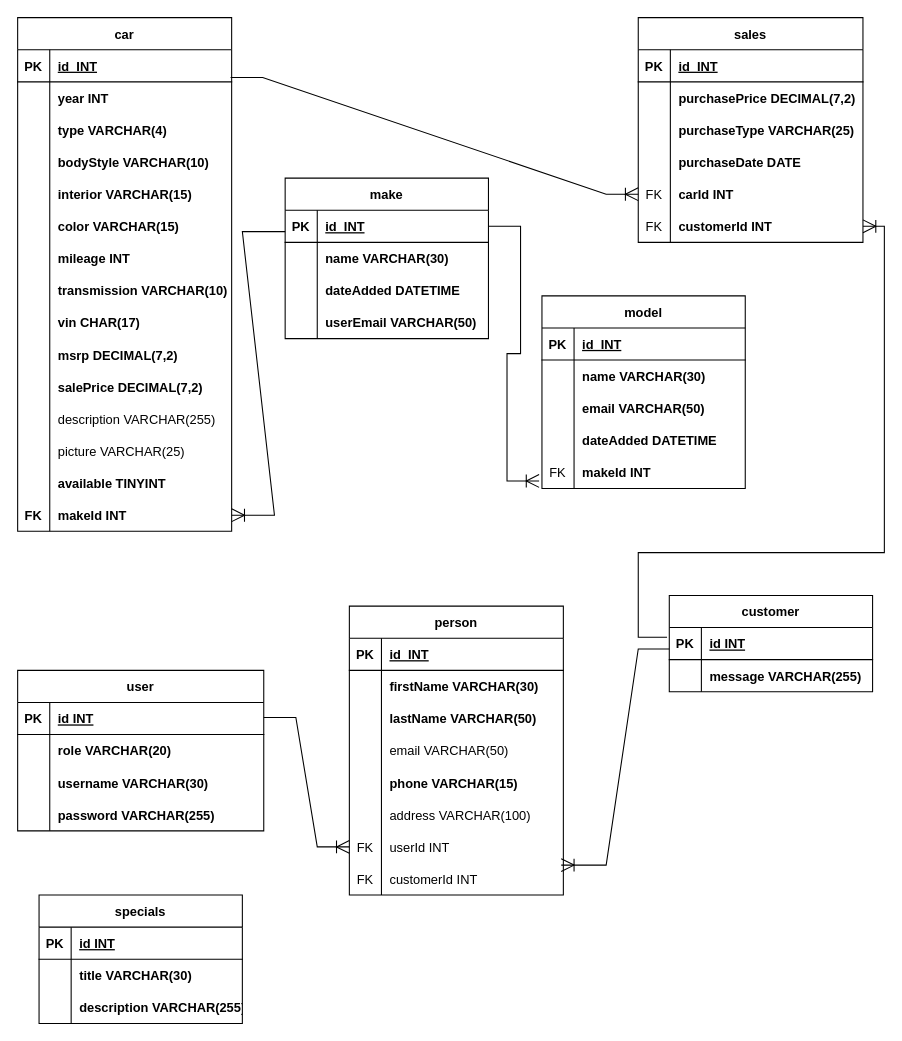
This is carDealerShipERD.drawio from josephc2195/CarDealership, a draw.io file, before an edit. Source tidied: cells renumbered, new cells numbered last; positions are measured from the earlier drawing's top-left corner, leaving out a move shared by most shapes. Both pictures are drawn from the tidied source at 107%, with x=0, y=0 at pixel (17, 17).
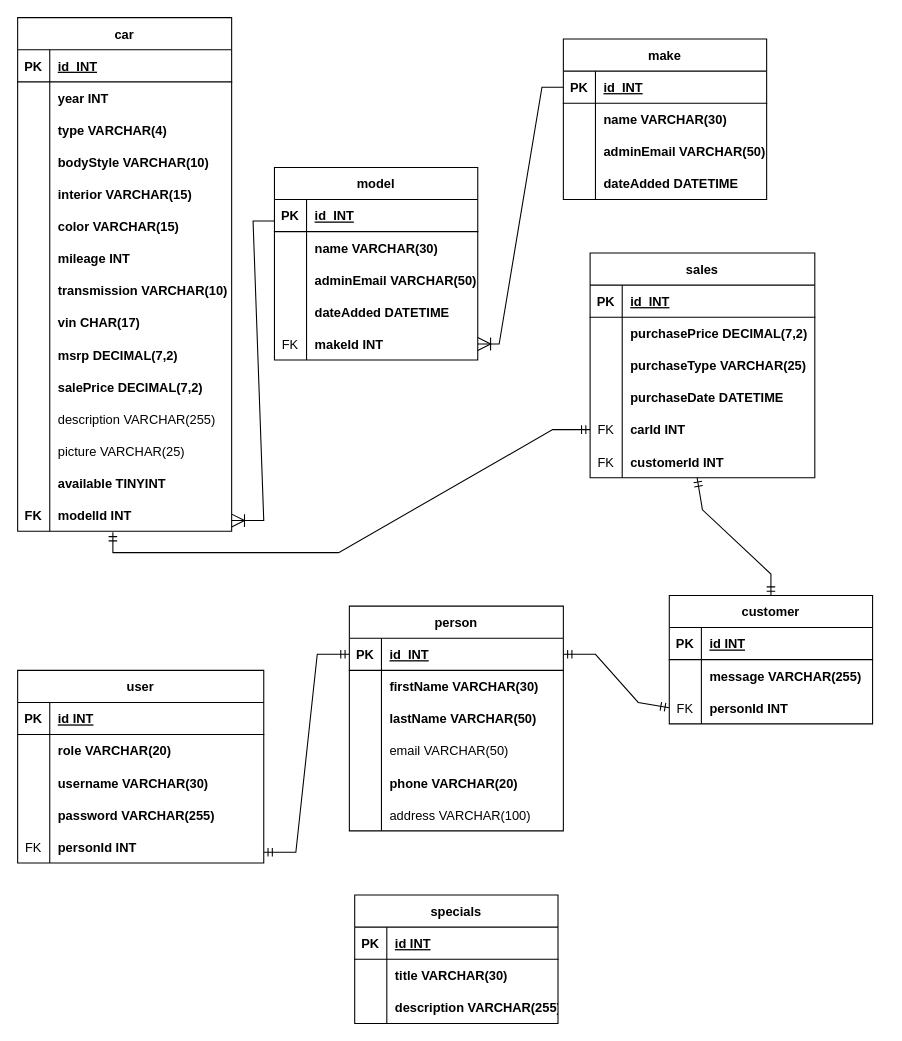
The same diagram, later.

Unchanged cells that the change refers to:
```xml
<mxCell id="3" style="shape=tableRow;horizontal=0;startSize=0;swimlaneHead=0;swimlaneBody=0;fillColor=none;points=[[0,0.5],[1,0.5]];portConstraint=eastwest;top=0;left=0;right=0;bottom=1;" parent="2" vertex="1">
  <mxGeometry y="30" width="200" height="30" as="geometry" />
</mxCell>
<mxCell id="45" style="shape=tableRow;horizontal=0;startSize=0;swimlaneHead=0;swimlaneBody=0;fillColor=none;points=[[0,0.5],[1,0.5]];portConstraint=eastwest;top=0;left=0;right=0;bottom=0;" parent="2" vertex="1">
  <mxGeometry y="450" width="200" height="30" as="geometry" />
</mxCell>
<mxCell id="49" style="shape=tableRow;horizontal=0;startSize=0;swimlaneHead=0;swimlaneBody=0;fillColor=none;points=[[0,0.5],[1,0.5]];portConstraint=eastwest;top=0;left=0;right=0;bottom=1;" parent="48" vertex="1">
  <mxGeometry y="30" width="200" height="30" as="geometry" />
</mxCell>
<mxCell id="61" style="shape=tableRow;horizontal=0;startSize=0;swimlaneHead=0;swimlaneBody=0;fillColor=none;top=0;left=0;right=0;bottom=0;" parent="48" vertex="1">
  <mxGeometry y="150" width="200" height="30" as="geometry" />
</mxCell>
<mxCell id="87" style="shape=tableRow;horizontal=0;startSize=0;swimlaneHead=0;swimlaneBody=0;fillColor=none;points=[[0,0.5],[1,0.5]];portConstraint=eastwest;top=0;left=0;right=0;bottom=1;" parent="86" vertex="1">
  <mxGeometry y="30" width="190" height="30" as="geometry" />
</mxCell>
<mxCell id="115" style="shape=tableRow;horizontal=0;startSize=0;swimlaneHead=0;swimlaneBody=0;fillColor=none;top=0;left=0;right=0;bottom=0;" parent="105" vertex="1">
  <mxGeometry y="120" width="210" height="30" as="geometry" />
</mxCell>
<mxCell id="118" style="shape=tableRow;horizontal=0;startSize=0;swimlaneHead=0;swimlaneBody=0;fillColor=none;points=[[0,0.5],[1,0.5]];portConstraint=eastwest;top=0;left=0;right=0;bottom=0;" parent="105" vertex="1">
  <mxGeometry y="150" width="210" height="30" as="geometry" />
</mxCell>
<mxCell id="121" style="shape=tableRow;horizontal=0;startSize=0;swimlaneHead=0;swimlaneBody=0;fillColor=none;points=[[0,0.5],[1,0.5]];portConstraint=eastwest;top=0;left=0;right=0;bottom=0;" parent="105" vertex="1">
  <mxGeometry y="180" width="210" height="30" as="geometry" />
</mxCell>
<mxCell id="127" style="shape=tableRow;horizontal=0;startSize=0;swimlaneHead=0;swimlaneBody=0;fillColor=none;points=[[0,0.5],[1,0.5]];portConstraint=eastwest;top=0;left=0;right=0;bottom=1;" parent="126" vertex="1">
  <mxGeometry y="30" width="190" height="30" as="geometry" />
</mxCell>
<mxCell id="146" style="shape=tableRow;horizontal=0;startSize=0;swimlaneHead=0;swimlaneBody=0;fillColor=none;top=0;left=0;right=0;bottom=0;" parent="139" vertex="1">
  <mxGeometry y="90" width="190" height="30" as="geometry" />
</mxCell>
<mxCell id="152" style="shape=tableRow;horizontal=0;startSize=0;swimlaneHead=0;swimlaneBody=0;fillColor=none;points=[[0,0.5],[1,0.5]];portConstraint=eastwest;top=0;left=0;right=0;bottom=0;" parent="139" vertex="1">
  <mxGeometry y="150" width="190" height="30" as="geometry" />
</mxCell>
```

What changed in the source:
```diff
@@
-    <mxCell id="47" value="makeId INT" style="shape=partialRectangle;fillColor=none;top=0;left=0;bottom=0;right=0;align=left;spacingLeft=6;overflow=hidden;fontStyle=1;" parent="45" vertex="1">
+    <mxCell id="47" value="modelId INT" style="shape=partialRectangle;fillColor=none;top=0;left=0;bottom=0;right=0;align=left;spacingLeft=6;overflow=hidden;fontStyle=1;" parent="45" vertex="1">
       <mxGeometry x="30" width="170" height="30" as="geometry" />
     </mxCell>
     <mxCell id="48" value="person" style="shape=table;startSize=30;childLayout=tableLayout;rowLines=0;fontStyle=1;align=center;" parent="1" vertex="1">
-      <mxGeometry x="310" y="550" width="200" height="270" as="geometry" />
+      <mxGeometry x="310" y="550" width="200" height="210" as="geometry" />
     </mxCell>
@@
-    <mxCell id="63" value="phone VARCHAR(15)" style="shape=partialRectangle;fillColor=none;top=0;left=0;bottom=0;right=0;align=left;spacingLeft=6;overflow=hidden;fontStyle=1;" parent="61" vertex="1">
+    <mxCell id="63" value="phone VARCHAR(20)" style="shape=partialRectangle;fillColor=none;top=0;left=0;bottom=0;right=0;align=left;spacingLeft=6;overflow=hidden;fontStyle=1;" parent="61" vertex="1">
       <mxGeometry x="30" width="170" height="30" as="geometry" />
     </mxCell>
@@
-    <mxCell id="67" style="shape=tableRow;horizontal=0;startSize=0;swimlaneHead=0;swimlaneBody=0;fillColor=none;points=[[0,0.5],[1,0.5]];portConstraint=eastwest;top=0;left=0;right=0;bottom=0;" parent="48" vertex="1">
-      <mxGeometry y="210" width="200" height="30" as="geometry" />
-    </mxCell>
-    <mxCell id="68" value="FK" style="shape=partialRectangle;fillColor=none;top=0;left=0;bottom=0;right=0;overflow=hidden;" parent="67" vertex="1">
-      <mxGeometry width="30" height="30" as="geometry" />
-    </mxCell>
-    <mxCell id="69" value="userId INT" style="shape=partialRectangle;fillColor=none;top=0;left=0;bottom=0;right=0;align=left;spacingLeft=6;overflow=hidden;fontStyle=0;" parent="67" vertex="1">
-      <mxGeometry x="30" width="170" height="30" as="geometry" />
-    </mxCell>
-    <mxCell id="70" style="shape=tableRow;horizontal=0;startSize=0;swimlaneHead=0;swimlaneBody=0;fillColor=none;points=[[0,0.5],[1,0.5]];portConstraint=eastwest;top=0;left=0;right=0;bottom=0;" parent="48" vertex="1">
-      <mxGeometry y="240" width="200" height="30" as="geometry" />
-    </mxCell>
-    <mxCell id="71" value="FK" style="shape=partialRectangle;fillColor=none;top=0;left=0;bottom=0;right=0;overflow=hidden;" parent="70" vertex="1">
-      <mxGeometry width="30" height="30" as="geometry" />
-    </mxCell>
-    <mxCell id="72" value="customerId INT" style="shape=partialRectangle;fillColor=none;top=0;left=0;bottom=0;right=0;align=left;spacingLeft=6;overflow=hidden;fontStyle=0;" parent="70" vertex="1">
-      <mxGeometry x="30" width="170" height="30" as="geometry" />
-    </mxCell>
     <mxCell id="73" value="user" style="shape=table;startSize=30;childLayout=tableLayout;rowLines=0;fontStyle=1;align=center;" parent="1" vertex="1">
-      <mxGeometry y="610" width="230" height="150" as="geometry" />
+      <mxGeometry y="610" width="230" height="180" as="geometry" />
     </mxCell>
@@
+    <mxCell id="157" style="shape=tableRow;horizontal=0;startSize=0;swimlaneHead=0;swimlaneBody=0;fillColor=none;top=0;left=0;right=0;bottom=0;fontStyle=0;" parent="73" vertex="1">
+      <mxGeometry y="150" width="230" height="30" as="geometry" />
+    </mxCell>
+    <mxCell id="158" value="FK" style="shape=partialRectangle;fillColor=none;top=0;left=0;bottom=0;right=0;overflow=hidden;" parent="157" vertex="1">
+      <mxGeometry width="30" height="30" as="geometry" />
+    </mxCell>
+    <mxCell id="159" value="personId INT" style="shape=partialRectangle;fillColor=none;top=0;left=0;bottom=0;right=0;align=left;spacingLeft=6;overflow=hidden;fontStyle=1;" parent="157" vertex="1">
+      <mxGeometry x="30" width="200" height="30" as="geometry" />
+    </mxCell>
     <mxCell id="86" value="customer" style="shape=table;startSize=30;childLayout=tableLayout;rowLines=0;fontStyle=1;align=center;" parent="1" vertex="1">
-      <mxGeometry x="609" y="540" width="190" height="90" as="geometry" />
+      <mxGeometry x="609" y="540" width="190" height="120" as="geometry" />
     </mxCell>
@@
-    <mxCell id="93" style="edgeStyle=entityRelationEdgeStyle;fontSize=12;html=1;endArrow=ERoneToMany;rounded=0;startSize=10;endSize=10;entryX=0;entryY=0.5;entryDx=0;entryDy=0;" parent="1" edge="1" target="67">
-      <mxGeometry relative="1" as="geometry">
-        <mxPoint x="230" y="654" as="sourcePoint" />
-      </mxGeometry>
-    </mxCell>
-    <mxCell id="94" style="fontSize=12;html=1;endArrow=ERoneToMany;rounded=0;startSize=10;endSize=10;exitX=0;exitY=0.667;exitDx=0;exitDy=0;entryX=0.99;entryY=0.067;entryDx=0;entryDy=0;entryPerimeter=0;exitPerimeter=0;" parent="1" edge="1" source="87" target="70">
-      <mxGeometry relative="1" as="geometry">
-        <Array as="points">
-          <mxPoint x="580" y="590" />
-          <mxPoint x="550" y="792" />
-        </Array>
-      </mxGeometry>
-    </mxCell>
+    <mxCell id="160" style="shape=tableRow;horizontal=0;startSize=0;swimlaneHead=0;swimlaneBody=0;fillColor=none;points=[[0,0.5],[1,0.5]];portConstraint=eastwest;top=0;left=0;right=0;bottom=0;" parent="86" vertex="1">
+      <mxGeometry y="90" width="190" height="30" as="geometry" />
+    </mxCell>
+    <mxCell id="161" value="FK" style="shape=partialRectangle;fillColor=none;top=0;left=0;bottom=0;right=0;overflow=hidden;" parent="160" vertex="1">
+      <mxGeometry width="30" height="30" as="geometry" />
+    </mxCell>
+    <mxCell id="162" value="personId INT" style="shape=partialRectangle;fillColor=none;top=0;left=0;bottom=0;right=0;align=left;spacingLeft=6;overflow=hidden;fontStyle=1;" parent="160" vertex="1">
+      <mxGeometry x="30" width="160" height="30" as="geometry" />
+    </mxCell>
     <mxCell id="95" value="specials" style="shape=table;startSize=30;childLayout=tableLayout;rowLines=0;fontStyle=1;align=center;" parent="1" vertex="1">
-      <mxGeometry x="20" y="820" width="190" height="120" as="geometry" />
+      <mxGeometry x="315" y="820" width="190" height="120" as="geometry" />
     </mxCell>
@@
     <mxCell id="105" value="sales" style="shape=table;startSize=30;childLayout=tableLayout;rowLines=0;fontStyle=1;align=center;" parent="1" vertex="1">
-      <mxGeometry x="580" width="210" height="210" as="geometry" />
+      <mxGeometry x="535" y="220" width="210" height="210" as="geometry" />
     </mxCell>
@@
-    <mxCell id="117" value="purchaseDate DATE" style="shape=partialRectangle;fillColor=none;top=0;left=0;bottom=0;right=0;align=left;spacingLeft=6;overflow=hidden;fontStyle=1;" parent="115" vertex="1">
+    <mxCell id="117" value="purchaseDate DATETIME" style="shape=partialRectangle;fillColor=none;top=0;left=0;bottom=0;right=0;align=left;spacingLeft=6;overflow=hidden;fontStyle=1;" parent="115" vertex="1">
       <mxGeometry x="30" width="180" height="30" as="geometry" />
     </mxCell>
@@
-    <mxCell id="119" value="FK" style="shape=partialRectangle;fillColor=none;top=0;left=0;bottom=0;right=0;overflow=hidden;" parent="118" vertex="1">
-      <mxGeometry width="30" height="30" as="geometry" />
-    </mxCell>
+    <mxCell id="163" value="FK" style="shape=partialRectangle;fillColor=none;top=0;left=0;bottom=0;right=0;overflow=hidden;" parent="118" vertex="1">
+      <mxGeometry width="30" height="30" as="geometry" />
+    </mxCell>
@@
-    <mxCell id="124" style="fontSize=12;html=1;endArrow=ERoneToMany;rounded=0;startSize=10;endSize=10;exitX=-0.011;exitY=0.3;exitDx=0;exitDy=0;exitPerimeter=0;entryX=1;entryY=0.5;entryDx=0;entryDy=0;" parent="1" edge="1" source="87" target="121">
-      <mxGeometry relative="1" as="geometry">
-        <Array as="points">
-          <mxPoint x="580" y="579" />
-          <mxPoint x="580" y="500" />
-          <mxPoint x="810" y="500" />
-          <mxPoint x="810" y="230" />
-          <mxPoint x="810" y="195" />
-        </Array>
-      </mxGeometry>
-    </mxCell>
-    <mxCell id="125" style="edgeStyle=entityRelationEdgeStyle;fontSize=12;html=1;endArrow=ERoneToMany;rounded=0;startSize=10;endSize=10;entryX=0;entryY=0.5;entryDx=0;entryDy=0;exitX=0.995;exitY=0.867;exitDx=0;exitDy=0;exitPerimeter=0;" parent="1" edge="1" source="3" target="118">
-      <mxGeometry relative="1" as="geometry" />
-    </mxCell>
     <mxCell id="126" value="make" style="shape=table;startSize=30;childLayout=tableLayout;rowLines=0;fontStyle=1;align=center;" parent="1" vertex="1">
-      <mxGeometry x="250" y="150" width="190" height="150" as="geometry" />
+      <mxGeometry x="510" y="20" width="190" height="150" as="geometry" />
     </mxCell>
@@
+    <mxCell id="136" style="shape=tableRow;horizontal=0;startSize=0;swimlaneHead=0;swimlaneBody=0;fillColor=none;top=0;left=0;right=0;bottom=0;" parent="126" vertex="1">
+      <mxGeometry y="90" width="190" height="30" as="geometry" />
+    </mxCell>
+    <mxCell id="137" style="shape=partialRectangle;fillColor=none;top=0;left=0;bottom=0;right=0;overflow=hidden;" parent="136" vertex="1">
+      <mxGeometry width="30" height="30" as="geometry" />
+    </mxCell>
+    <mxCell id="138" value="adminEmail VARCHAR(50)" style="shape=partialRectangle;fillColor=none;top=0;left=0;bottom=0;right=0;align=left;spacingLeft=6;overflow=hidden;fontStyle=1;" parent="136" vertex="1">
+      <mxGeometry x="30" width="160" height="30" as="geometry" />
+    </mxCell>
     <mxCell id="133" style="shape=tableRow;horizontal=0;startSize=0;swimlaneHead=0;swimlaneBody=0;fillColor=none;top=0;left=0;right=0;bottom=0;" parent="126" vertex="1">
-      <mxGeometry y="90" width="190" height="30" as="geometry" />
+      <mxGeometry y="120" width="190" height="30" as="geometry" />
     </mxCell>
@@
-    <mxCell id="136" style="shape=tableRow;horizontal=0;startSize=0;swimlaneHead=0;swimlaneBody=0;fillColor=none;top=0;left=0;right=0;bottom=0;" parent="126" vertex="1">
-      <mxGeometry y="120" width="190" height="30" as="geometry" />
-    </mxCell>
-    <mxCell id="137" style="shape=partialRectangle;fillColor=none;top=0;left=0;bottom=0;right=0;overflow=hidden;" parent="136" vertex="1">
-      <mxGeometry width="30" height="30" as="geometry" />
-    </mxCell>
-    <mxCell id="138" value="userEmail VARCHAR(50)" style="shape=partialRectangle;fillColor=none;top=0;left=0;bottom=0;right=0;align=left;spacingLeft=6;overflow=hidden;fontStyle=1;" parent="136" vertex="1">
-      <mxGeometry x="30" width="160" height="30" as="geometry" />
-    </mxCell>
     <mxCell id="139" value="model" style="shape=table;startSize=30;childLayout=tableLayout;rowLines=0;fontStyle=1;align=center;" parent="1" vertex="1">
-      <mxGeometry x="490" y="260" width="190" height="180" as="geometry" />
+      <mxGeometry x="240" y="140" width="190" height="180" as="geometry" />
     </mxCell>
@@
-    <mxCell id="148" value="email VARCHAR(50)" style="shape=partialRectangle;fillColor=none;top=0;left=0;bottom=0;right=0;align=left;spacingLeft=6;overflow=hidden;fontStyle=1;" parent="146" vertex="1">
+    <mxCell id="148" value="adminEmail VARCHAR(50)" style="shape=partialRectangle;fillColor=none;top=0;left=0;bottom=0;right=0;align=left;spacingLeft=6;overflow=hidden;fontStyle=1;" parent="146" vertex="1">
       <mxGeometry x="30" width="160" height="30" as="geometry" />
     </mxCell>
@@
-    <mxCell id="155" style="edgeStyle=entityRelationEdgeStyle;fontSize=12;html=1;endArrow=ERoneToMany;rounded=0;startSize=10;endSize=10;entryX=-0.014;entryY=0.767;entryDx=0;entryDy=0;exitX=1;exitY=0.5;exitDx=0;exitDy=0;entryPerimeter=0;" parent="1" edge="1" source="127" target="152">
-      <mxGeometry relative="1" as="geometry" />
+    <mxCell id="155" style="fontSize=12;html=1;endArrow=ERoneToMany;rounded=0;startSize=10;endSize=10;entryX=1;entryY=0.5;entryDx=0;entryDy=0;exitX=0;exitY=0.5;exitDx=0;exitDy=0;" parent="1" edge="1" source="127" target="152">
+      <mxGeometry relative="1" as="geometry">
+        <Array as="points">
+          <mxPoint x="490" y="65" />
+          <mxPoint x="450" y="305" />
+        </Array>
+      </mxGeometry>
     </mxCell>
-    <mxCell id="156" style="fontSize=12;html=1;endArrow=ERoneToMany;rounded=0;startSize=10;endSize=10;" parent="1" edge="1">
-      <mxGeometry relative="1" as="geometry">
-        <mxPoint x="250" y="200" as="sourcePoint" />
-        <mxPoint x="200" y="465" as="targetPoint" />
-        <Array as="points">
-          <mxPoint x="210" y="200" />
-          <mxPoint x="240" y="465" />
-        </Array>
-      </mxGeometry>
-    </mxCell>
+    <mxCell id="164" style="fontSize=12;html=1;endArrow=ERoneToMany;rounded=0;startSize=10;endSize=10;entryX=1;entryY=0.667;entryDx=0;entryDy=0;entryPerimeter=0;" parent="1" edge="1" target="45">
+      <mxGeometry relative="1" as="geometry">
+        <mxPoint x="240" y="190" as="sourcePoint" />
+        <Array as="points">
+          <mxPoint x="220" y="190" />
+          <mxPoint x="230" y="470" />
+        </Array>
+      </mxGeometry>
+    </mxCell>
+    <mxCell id="165" style="fontSize=12;html=1;endArrow=ERmandOne;startArrow=ERmandOne;rounded=0;entryX=0;entryY=0.5;entryDx=0;entryDy=0;exitX=0.445;exitY=1.033;exitDx=0;exitDy=0;exitPerimeter=0;" parent="1" edge="1" source="45" target="118">
+      <mxGeometry relative="1" as="geometry">
+        <Array as="points">
+          <mxPoint x="89" y="500" />
+          <mxPoint x="300" y="500" />
+          <mxPoint x="500" y="385" />
+        </Array>
+      </mxGeometry>
+    </mxCell>
+    <mxCell id="166" style="fontSize=12;html=1;endArrow=ERmandOne;startArrow=ERmandOne;rounded=0;exitX=0.5;exitY=0;exitDx=0;exitDy=0;" parent="1" edge="1" source="86">
+      <mxGeometry relative="1" as="geometry">
+        <mxPoint x="635" y="430" as="targetPoint" />
+        <Array as="points">
+          <mxPoint x="704" y="520" />
+          <mxPoint x="640" y="460" />
+        </Array>
+      </mxGeometry>
+    </mxCell>
+    <mxCell id="167" style="edgeStyle=entityRelationEdgeStyle;fontSize=12;html=1;endArrow=ERmandOne;startArrow=ERmandOne;rounded=0;entryX=0;entryY=0.5;entryDx=0;entryDy=0;" parent="1" edge="1" target="49">
+      <mxGeometry relative="1" as="geometry">
+        <mxPoint x="230" y="780" as="sourcePoint" />
+      </mxGeometry>
+    </mxCell>
+    <mxCell id="168" style="fontSize=12;html=1;endArrow=ERmandOne;startArrow=ERmandOne;rounded=0;exitX=1;exitY=0.5;exitDx=0;exitDy=0;entryX=0;entryY=0.5;entryDx=0;entryDy=0;" parent="1" edge="1" source="49" target="160">
+      <mxGeometry relative="1" as="geometry">
+        <Array as="points">
+          <mxPoint x="540" y="595" />
+          <mxPoint x="580" y="640" />
+        </Array>
+      </mxGeometry>
+    </mxCell>
```
